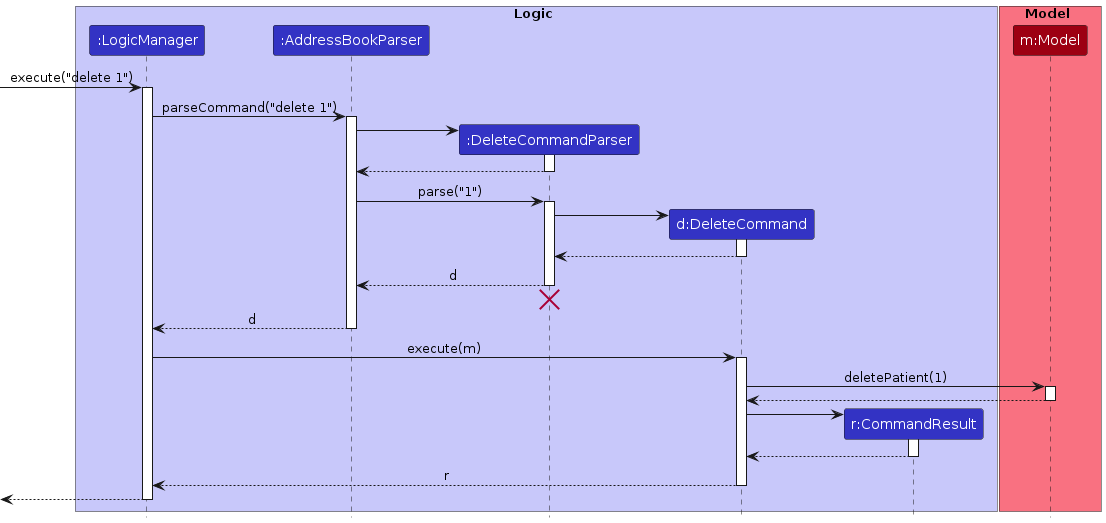
This is diagrams/DeleteSequenceDiagram.png from AY2627S1-CS2103T-W08-1/tp, a PlantUML export, as it was before one commit. Its source is kept beside it as diagrams/DeleteSequenceDiagram.puml.
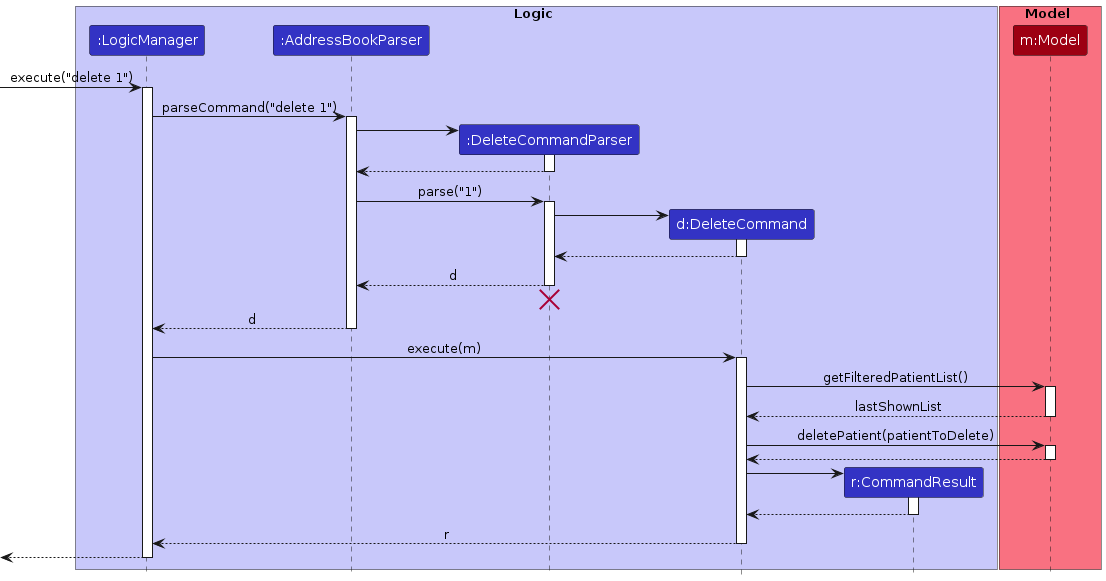
After the change.

What changed in the source:
```diff
@@ -48,7 +48,13 @@
 LogicManager -> DeleteCommand : execute(m)
 activate DeleteCommand
 
-DeleteCommand -> Model : deletePatient(1)
+DeleteCommand -> Model : getFilteredPatientList()
+activate Model
+
+Model --> DeleteCommand : lastShownList
+deactivate Model
+
+DeleteCommand -> Model : deletePatient(patientToDelete)
 activate Model
 
 Model --> DeleteCommand
```
